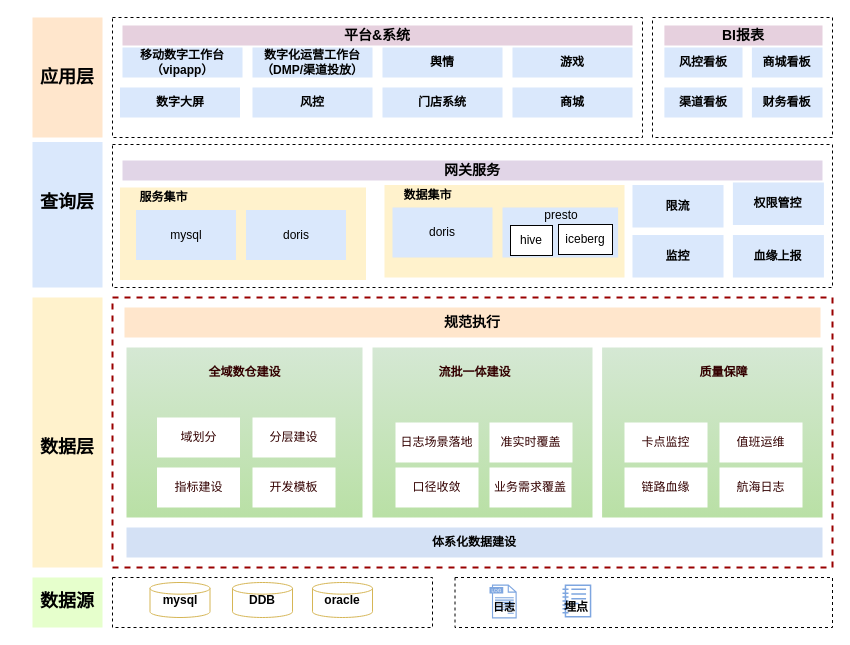
mineminemine123/work-wiki keeps this draw.io diagram as 流量模型设计.drawio. Above is the earlier version. Source tidied: cells renumbered, new cells numbered last; positions are measured from the earlier drawing's top-left corner, leaving out a move shared by most shapes. Both pictures are drawn from the tidied source at 100%, with x=0, y=0 at pixel (17, 17).
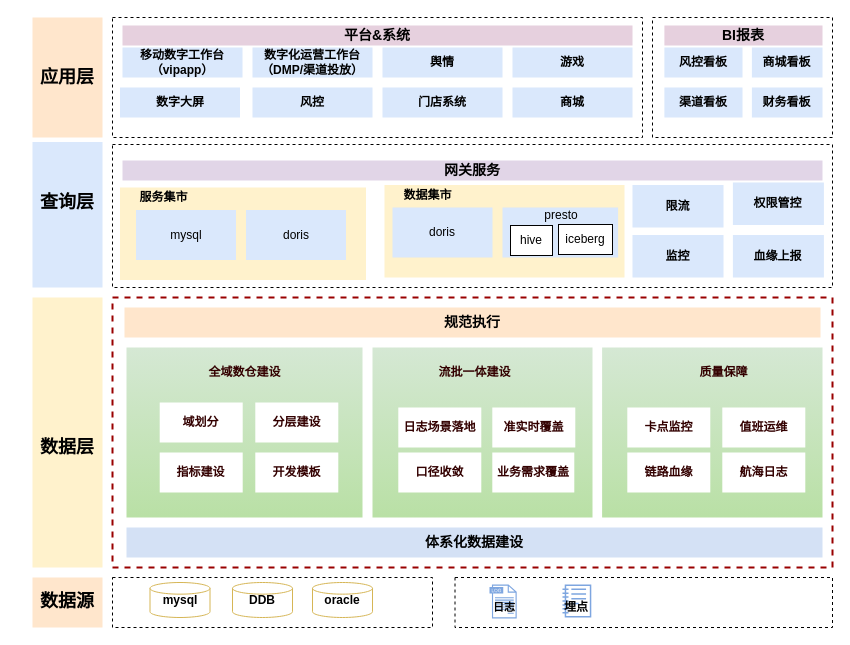
Above is the later version.

Commit message:
更新流量模型设计.drawio

What changed in the source:
```diff
@@
-    <mxCell id="4" style="rounded=0;whiteSpace=wrap;html=1;fontFamily=微软雅黑;strokeColor=none;fillColor=#E6FFCC;fontColor=#333333;" parent="1" vertex="1">
+    <mxCell id="4" style="rounded=0;whiteSpace=wrap;html=1;fontFamily=微软雅黑;strokeColor=none;fillColor=#ffe6cc;" parent="1" vertex="1">
       <mxGeometry x="15" y="560" width="70" height="50" as="geometry" />
     </mxCell>
@@
-    <mxCell id="45" value="&lt;b&gt;体系化数据建设&lt;/b&gt;" style="rounded=0;whiteSpace=wrap;html=1;fillStyle=auto;strokeColor=none;strokeWidth=1;fontFamily=微软雅黑;fillColor=#D4E1F5;" parent="1" vertex="1">
+    <mxCell id="45" value="&lt;b&gt;&lt;font style=&quot;font-size: 14px;&quot;&gt;体系化数据建设&lt;/font&gt;&lt;/b&gt;" style="rounded=0;whiteSpace=wrap;html=1;fillStyle=auto;strokeColor=none;strokeWidth=1;fontFamily=微软雅黑;fillColor=#D4E1F5;" parent="1" vertex="1">
       <mxGeometry x="109" y="510" width="696" height="30" as="geometry" />
     </mxCell>
@@
-    <mxCell id="51" value="航海日志" style="rounded=0;whiteSpace=wrap;html=1;labelBackgroundColor=#FFFFFF;fillStyle=auto;strokeColor=none;strokeWidth=1;fontFamily=微软雅黑;fontColor=#330000;fillColor=default;dashed=1;" parent="1" vertex="1">
-      <mxGeometry x="702" y="450" width="83" height="40" as="geometry" />
+    <mxCell id="51" value="航海日志" style="rounded=0;whiteSpace=wrap;html=1;labelBackgroundColor=#FFFFFF;fillStyle=auto;strokeColor=none;strokeWidth=1;fontFamily=微软雅黑;fontColor=#330000;fillColor=default;dashed=1;fontStyle=1;" parent="1" vertex="1">
+      <mxGeometry x="704.8" y="435" width="83" height="40" as="geometry" />
     </mxCell>
-    <mxCell id="52" value="值班运维" style="rounded=0;whiteSpace=wrap;html=1;labelBackgroundColor=#FFFFFF;fillStyle=auto;strokeColor=none;strokeWidth=1;fontFamily=微软雅黑;fontColor=#330000;fillColor=default;dashed=1;" parent="1" vertex="1">
-      <mxGeometry x="702" y="405" width="83" height="40" as="geometry" />
+    <mxCell id="52" value="值班运维" style="rounded=0;whiteSpace=wrap;html=1;labelBackgroundColor=#FFFFFF;fillStyle=auto;strokeColor=none;strokeWidth=1;fontFamily=微软雅黑;fontColor=#330000;fillColor=default;dashed=1;fontStyle=1;" parent="1" vertex="1">
+      <mxGeometry x="704.8" y="390" width="83" height="40" as="geometry" />
     </mxCell>
-    <mxCell id="53" value="链路血缘" style="rounded=0;whiteSpace=wrap;html=1;labelBackgroundColor=#FFFFFF;fillStyle=auto;strokeColor=none;strokeWidth=1;fontFamily=微软雅黑;fontColor=#330000;fillColor=default;dashed=1;" parent="1" vertex="1">
-      <mxGeometry x="607" y="450" width="83" height="40" as="geometry" />
+    <mxCell id="53" value="链路血缘" style="rounded=0;whiteSpace=wrap;html=1;labelBackgroundColor=#FFFFFF;fillStyle=auto;strokeColor=none;strokeWidth=1;fontFamily=微软雅黑;fontColor=#330000;fillColor=default;dashed=1;fontStyle=1;" parent="1" vertex="1">
+      <mxGeometry x="609.8" y="435" width="83" height="40" as="geometry" />
     </mxCell>
-    <mxCell id="54" value="域划分" style="rounded=0;whiteSpace=wrap;html=1;labelBackgroundColor=#FFFFFF;fillStyle=auto;strokeColor=none;strokeWidth=1;fontFamily=微软雅黑;fontColor=#330000;fillColor=default;dashed=1;" parent="1" vertex="1">
-      <mxGeometry x="139.5" y="400" width="83" height="40" as="geometry" />
+    <mxCell id="54" value="域划分" style="rounded=0;whiteSpace=wrap;html=1;labelBackgroundColor=#FFFFFF;fillStyle=auto;strokeColor=none;strokeWidth=1;fontFamily=微软雅黑;fontColor=#330000;fillColor=default;dashed=1;fontStyle=1;" parent="1" vertex="1">
+      <mxGeometry x="142.2" y="385" width="83" height="40" as="geometry" />
     </mxCell>
-    <mxCell id="55" value="分层建设" style="rounded=0;whiteSpace=wrap;html=1;labelBackgroundColor=#FFFFFF;fillStyle=auto;strokeColor=none;strokeWidth=1;fontFamily=微软雅黑;fontColor=#330000;fillColor=default;dashed=1;" parent="1" vertex="1">
-      <mxGeometry x="235" y="400" width="83" height="40" as="geometry" />
+    <mxCell id="55" value="分层建设" style="rounded=0;whiteSpace=wrap;html=1;labelBackgroundColor=#FFFFFF;fillStyle=auto;strokeColor=none;strokeWidth=1;fontFamily=微软雅黑;fontColor=#330000;fillColor=default;dashed=1;fontStyle=1;" parent="1" vertex="1">
+      <mxGeometry x="237.8" y="385" width="83" height="40" as="geometry" />
     </mxCell>
-    <mxCell id="56" value="指标建设" style="rounded=0;whiteSpace=wrap;html=1;labelBackgroundColor=#FFFFFF;fillStyle=auto;strokeColor=none;strokeWidth=1;fontFamily=微软雅黑;fontColor=#330000;fillColor=default;dashed=1;" parent="1" vertex="1">
-      <mxGeometry x="139.5" y="450" width="83" height="40" as="geometry" />
+    <mxCell id="56" value="指标建设" style="rounded=0;whiteSpace=wrap;html=1;labelBackgroundColor=#FFFFFF;fillStyle=auto;strokeColor=none;strokeWidth=1;fontFamily=微软雅黑;fontColor=#330000;fillColor=default;dashed=1;fontStyle=1;" parent="1" vertex="1">
+      <mxGeometry x="142.2" y="435" width="83" height="40" as="geometry" />
     </mxCell>
-    <mxCell id="57" value="卡点监控" style="rounded=0;whiteSpace=wrap;html=1;labelBackgroundColor=#FFFFFF;fillStyle=auto;strokeColor=none;strokeWidth=1;fontFamily=微软雅黑;fontColor=#330000;fillColor=default;dashed=1;" parent="1" vertex="1">
-      <mxGeometry x="607" y="405" width="83" height="40" as="geometry" />
+    <mxCell id="57" value="卡点监控" style="rounded=0;whiteSpace=wrap;html=1;labelBackgroundColor=#FFFFFF;fillStyle=auto;strokeColor=none;strokeWidth=1;fontFamily=微软雅黑;fontColor=#330000;fillColor=default;dashed=1;fontStyle=1;" parent="1" vertex="1">
+      <mxGeometry x="609.8" y="390" width="83" height="40" as="geometry" />
     </mxCell>
-    <mxCell id="58" value="开发模板" style="rounded=0;whiteSpace=wrap;html=1;labelBackgroundColor=#FFFFFF;fillStyle=auto;strokeColor=none;strokeWidth=1;fontFamily=微软雅黑;fontColor=#330000;fillColor=default;dashed=1;" parent="1" vertex="1">
-      <mxGeometry x="235" y="450" width="83" height="40" as="geometry" />
+    <mxCell id="58" value="开发模板" style="rounded=0;whiteSpace=wrap;html=1;labelBackgroundColor=#FFFFFF;fillStyle=auto;strokeColor=none;strokeWidth=1;fontFamily=微软雅黑;fontColor=#330000;fillColor=default;dashed=1;fontStyle=1;" parent="1" vertex="1">
+      <mxGeometry x="237.8" y="435" width="83" height="40" as="geometry" />
     </mxCell>
-    <mxCell id="59" value="口径收敛" style="rounded=0;whiteSpace=wrap;html=1;labelBackgroundColor=#FFFFFF;fillStyle=auto;strokeColor=none;strokeWidth=1;fontFamily=微软雅黑;fontColor=#330000;fillColor=default;dashed=1;" parent="1" vertex="1">
-      <mxGeometry x="378" y="450" width="83" height="40" as="geometry" />
+    <mxCell id="59" value="口径收敛" style="rounded=0;whiteSpace=wrap;html=1;labelBackgroundColor=#FFFFFF;fillStyle=auto;strokeColor=none;strokeWidth=1;fontFamily=微软雅黑;fontColor=#330000;fillColor=default;dashed=1;fontStyle=1;" parent="1" vertex="1">
+      <mxGeometry x="380.8" y="435" width="83" height="40" as="geometry" />
     </mxCell>
-    <mxCell id="60" value="日志场景落地" style="rounded=0;whiteSpace=wrap;html=1;labelBackgroundColor=#FFFFFF;fillStyle=auto;strokeColor=none;strokeWidth=1;fontFamily=微软雅黑;fontColor=#330000;fillColor=default;dashed=1;gradientColor=#FFFFFF;gradientDirection=east;" parent="1" vertex="1">
-      <mxGeometry x="378" y="405" width="83" height="40" as="geometry" />
+    <mxCell id="60" value="日志场景落地" style="rounded=0;whiteSpace=wrap;html=1;labelBackgroundColor=#FFFFFF;fillStyle=auto;strokeColor=none;strokeWidth=1;fontFamily=微软雅黑;fontColor=#330000;fillColor=default;dashed=1;gradientColor=#FFFFFF;gradientDirection=east;fontStyle=1;" parent="1" vertex="1">
+      <mxGeometry x="380.8" y="390" width="83" height="40" as="geometry" />
     </mxCell>
-    <mxCell id="61" value="准实时覆盖" style="rounded=0;whiteSpace=wrap;html=1;labelBackgroundColor=#FFFFFF;fillStyle=auto;strokeColor=none;strokeWidth=1;fontFamily=微软雅黑;fontColor=#330000;fillColor=default;dashed=1;" parent="1" vertex="1">
-      <mxGeometry x="472" y="405" width="83" height="40" as="geometry" />
+    <mxCell id="61" value="准实时覆盖" style="rounded=0;whiteSpace=wrap;html=1;labelBackgroundColor=#FFFFFF;fillStyle=auto;strokeColor=none;strokeWidth=1;fontFamily=微软雅黑;fontColor=#330000;fillColor=default;dashed=1;fontStyle=1;" parent="1" vertex="1">
+      <mxGeometry x="474.8" y="390" width="83" height="40" as="geometry" />
     </mxCell>
-    <mxCell id="62" value="业务需求覆盖" style="rounded=0;whiteSpace=wrap;html=1;labelBackgroundColor=#FFFFFF;fillStyle=auto;strokeColor=none;strokeWidth=1;fontFamily=微软雅黑;fontColor=#330000;fillColor=default;dashed=1;" parent="1" vertex="1">
-      <mxGeometry x="472" y="450" width="82" height="40" as="geometry" />
+    <mxCell id="62" value="业务需求覆盖" style="rounded=0;whiteSpace=wrap;html=1;labelBackgroundColor=#FFFFFF;fillStyle=auto;strokeColor=none;strokeWidth=1;fontFamily=微软雅黑;fontColor=#330000;fillColor=default;dashed=1;fontStyle=1;" parent="1" vertex="1">
+      <mxGeometry x="474.8" y="435" width="82" height="40" as="geometry" />
     </mxCell>
```
